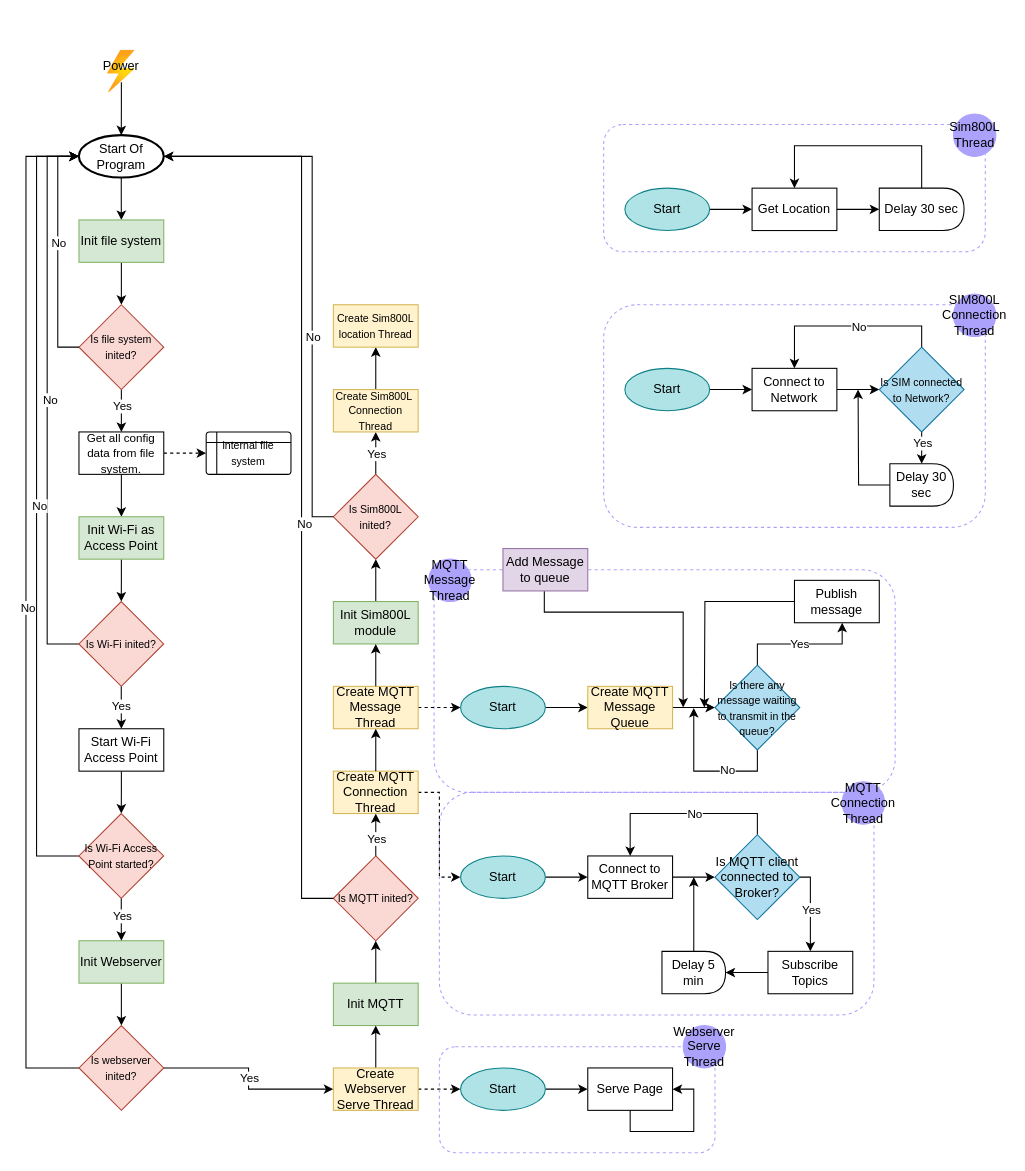
Before: embedded_app/docs/car_trackin_embedded.drawio in Mona-Roza/car_tracking, a draw.io diagram. Source tidied: cells renumbered, new cells numbered last; positions are measured from the earlier drawing's top-left corner, leaving out a move shared by most shapes. Both pictures are drawn from the tidied source at 106%, with x=0, y=0 at pixel (25, 50).
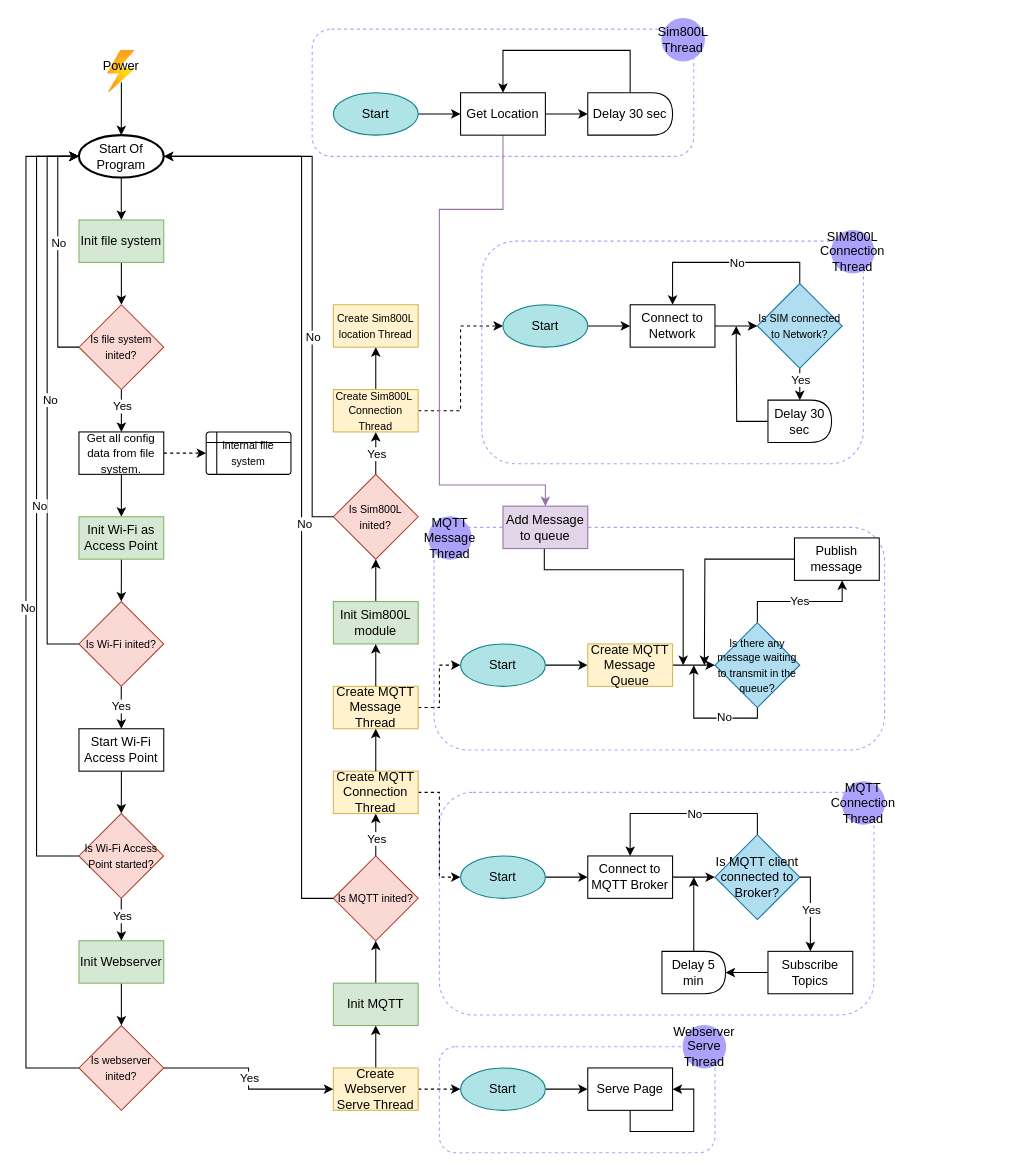
The same page after the edit.

Unchanged cells that the change refers to:
```xml
<mxCell id="72" value="&lt;font style=&quot;font-size: 10px;&quot;&gt;Create Sim800L&amp;nbsp; Connection Thread&lt;/font&gt;" style="rounded=0;whiteSpace=wrap;html=1;fillColor=#fff2cc;strokeColor=#d6b656;" parent="1" vertex="1">
  <mxGeometry x="290" y="320" width="80" height="40" as="geometry" />
</mxCell>
```

Diff of the diagram source:
```diff
@@
     <mxCell id="3" style="rounded=1;whiteSpace=wrap;html=1;fillColor=none;dashed=1;strokeColor=#ACA2FC;" parent="1" vertex="1">
-      <mxGeometry x="385" y="490" width="435" height="210" as="geometry" />
+      <mxGeometry x="385" y="450" width="425" height="210" as="geometry" />
     </mxCell>
@@
     <mxCell id="33" style="rounded=1;whiteSpace=wrap;html=1;dashed=1;fillColor=none;strokeColor=#ACA2FC;" parent="1" vertex="1">
-      <mxGeometry x="545" y="70" width="360" height="120" as="geometry" />
+      <mxGeometry x="270" y="-20" width="360" height="120" as="geometry" />
     </mxCell>
@@
     <mxCell id="57" value="Yes" style="edgeStyle=orthogonalEdgeStyle;rounded=0;jettySize=auto;html=1;exitX=0.5;exitY=0;exitDx=0;exitDy=0;" parent="1" edge="1" source="60" target="62">
       <mxGeometry relative="1" as="geometry">
         <Array as="points">
-          <mxPoint x="690" y="560" />
-          <mxPoint x="770" y="560" />
+          <mxPoint x="690" y="520" />
+          <mxPoint x="770" y="520" />
         </Array>
       </mxGeometry>
     </mxCell>
     <mxCell id="58" style="edgeStyle=orthogonalEdgeStyle;rounded=0;jettySize=auto;html=1;exitX=0.5;exitY=1;exitDx=0;exitDy=0;" parent="1" edge="1" source="60">
       <mxGeometry relative="1" as="geometry">
-        <mxPoint x="630" y="620" as="targetPoint" />
+        <mxPoint x="630" y="580" as="targetPoint" />
+        <Array as="points">
+          <mxPoint x="690" y="630" />
+          <mxPoint x="630" y="630" />
+        </Array>
       </mxGeometry>
     </mxCell>
@@
     <mxCell id="60" value="&lt;font style=&quot;font-size: 10px;&quot;&gt;Is there any message waiting to transmit in the queue?&lt;/font&gt;" style="rhombus;whiteSpace=wrap;html=1;fillColor=#b1ddf0;strokeColor=#10739e;" parent="1" vertex="1">
-      <mxGeometry x="650" y="580" width="80" height="80" as="geometry" />
+      <mxGeometry x="650" y="540" width="80" height="80" as="geometry" />
     </mxCell>
     <mxCell id="61" style="edgeStyle=orthogonalEdgeStyle;rounded=0;jettySize=auto;html=1;exitX=0;exitY=0.5;exitDx=0;exitDy=0;" parent="1" edge="1" source="62">
       <mxGeometry relative="1" as="geometry">
-        <mxPoint x="640" y="620" as="targetPoint" />
+        <mxPoint x="640" y="580" as="targetPoint" />
       </mxGeometry>
     </mxCell>
     <mxCell id="62" value="Publish message" style="rounded=0;whiteSpace=wrap;html=1;" parent="1" vertex="1">
-      <mxGeometry x="725" y="500" width="80" height="40" as="geometry" />
+      <mxGeometry x="725" y="460" width="80" height="40" as="geometry" />
     </mxCell>
     <mxCell id="63" value="MQTT Message Thread" style="ellipse;whiteSpace=wrap;html=1;fillColor=#ACA2FC;strokeColor=#ACA2FC;" parent="1" vertex="1">
-      <mxGeometry x="380" y="480" width="40" height="40" as="geometry" />
+      <mxGeometry x="380" y="440" width="40" height="40" as="geometry" />
     </mxCell>
@@
     <mxCell id="69" value="Start" style="ellipse;whiteSpace=wrap;html=1;fillColor=#b0e3e6;strokeColor=#0e8088;" parent="1" vertex="1">
-      <mxGeometry x="410" y="600" width="80" height="40" as="geometry" />
+      <mxGeometry x="410" y="560" width="80" height="40" as="geometry" />
     </mxCell>
     <mxCell id="70" value="Sim800L Thread" style="ellipse;whiteSpace=wrap;html=1;fillColor=#ACA2FC;strokeColor=#ACA2FC;" parent="1" vertex="1">
-      <mxGeometry x="875" y="60" width="40" height="40" as="geometry" />
+      <mxGeometry x="600" y="-30" width="40" height="40" as="geometry" />
     </mxCell>
@@
+    <mxCell id="121" style="edgeStyle=orthogonalEdgeStyle;rounded=0;jettySize=auto;html=1;entryX=0;entryY=0.5;entryDx=0;entryDy=0;dashed=1;" parent="1" edge="1" source="72" target="102">
+      <mxGeometry relative="1" as="geometry" />
+    </mxCell>
@@
     <mxCell id="74" value="Start" style="ellipse;whiteSpace=wrap;html=1;fillColor=#b0e3e6;strokeColor=#0e8088;" parent="1" vertex="1">
-      <mxGeometry x="565" y="130" width="80" height="40" as="geometry" />
+      <mxGeometry x="290" y="40" width="80" height="40" as="geometry" />
     </mxCell>
@@
     <mxCell id="80" value="Create MQTT Message Queue" style="rounded=0;whiteSpace=wrap;html=1;fillColor=#fff2cc;strokeColor=#d6b656;" parent="1" vertex="1">
-      <mxGeometry x="530" y="600" width="80" height="40" as="geometry" />
+      <mxGeometry x="530" y="560" width="80" height="40" as="geometry" />
     </mxCell>
     <mxCell id="81" style="edgeStyle=orthogonalEdgeStyle;rounded=0;orthogonalLoop=1;jettySize=auto;html=1;exitX=0.5;exitY=1;exitDx=0;exitDy=0;" parent="1" edge="1">
       <mxGeometry relative="1" as="geometry">
-        <mxPoint x="489" y="510" as="sourcePoint" />
-        <mxPoint x="620" y="620" as="targetPoint" />
+        <mxPoint x="489" y="470" as="sourcePoint" />
+        <mxPoint x="620" y="580" as="targetPoint" />
         <Array as="points">
-          <mxPoint x="489" y="530" />
-          <mxPoint x="620" y="530" />
-          <mxPoint x="620" y="620" />
+          <mxPoint x="489" y="490" />
+          <mxPoint x="620" y="490" />
+          <mxPoint x="620" y="580" />
         </Array>
       </mxGeometry>
     </mxCell>
     <mxCell id="82" value="Add Message to queue" style="rounded=0;whiteSpace=wrap;html=1;fillColor=#e1d5e7;strokeColor=#9673a6;" parent="1" vertex="1">
-      <mxGeometry x="450" y="470" width="80" height="40" as="geometry" />
+      <mxGeometry x="450" y="430" width="80" height="40" as="geometry" />
     </mxCell>
@@
+    <mxCell id="122" style="edgeStyle=orthogonalEdgeStyle;rounded=0;jettySize=auto;html=1;exitX=0.5;exitY=1;exitDx=0;exitDy=0;entryX=0.5;entryY=0;entryDx=0;entryDy=0;fillColor=#e1d5e7;strokeColor=#9673a6;" parent="1" edge="1" source="86" target="82">
+      <mxGeometry relative="1" as="geometry">
+        <Array as="points">
+          <mxPoint x="450" y="150" />
+          <mxPoint x="390" y="150" />
+          <mxPoint x="390" y="410" />
+          <mxPoint x="490" y="410" />
+        </Array>
+      </mxGeometry>
+    </mxCell>
     <mxCell id="86" value="Get Location" style="rounded=0;whiteSpace=wrap;html=1;" parent="1" vertex="1">
-      <mxGeometry x="685" y="130" width="80" height="40" as="geometry" />
+      <mxGeometry x="410" y="40" width="80" height="40" as="geometry" />
     </mxCell>
     <mxCell id="87" style="edgeStyle=orthogonalEdgeStyle;rounded=0;jettySize=auto;html=1;entryX=0.5;entryY=0;entryDx=0;entryDy=0;exitX=0.5;exitY=0;exitDx=0;exitDy=0;" parent="1" edge="1" source="88" target="86">
       <mxGeometry relative="1" as="geometry">
         <Array as="points">
-          <mxPoint x="845" y="90" />
-          <mxPoint x="725" y="90" />
+          <mxPoint x="570" />
+          <mxPoint x="450" />
         </Array>
       </mxGeometry>
     </mxCell>
     <mxCell id="88" value="Delay 30 sec" style="shape=delay;whiteSpace=wrap;html=1;" parent="1" vertex="1">
-      <mxGeometry x="805" y="130" width="80" height="40" as="geometry" />
+      <mxGeometry x="530" y="40" width="80" height="40" as="geometry" />
     </mxCell>
@@
     <mxCell id="90" style="rounded=1;whiteSpace=wrap;html=1;fillColor=none;dashed=1;strokeColor=#ACA2FC;" parent="1" vertex="1">
-      <mxGeometry x="545" y="240" width="360" height="210" as="geometry" />
+      <mxGeometry x="430" y="180" width="360" height="210" as="geometry" />
     </mxCell>
@@
     <mxCell id="92" value="Connect to Network" style="rounded=0;whiteSpace=wrap;html=1;" parent="1" vertex="1">
-      <mxGeometry x="685" y="300" width="80" height="40" as="geometry" />
+      <mxGeometry x="570" y="240" width="80" height="40" as="geometry" />
     </mxCell>
@@
     <mxCell id="97" value="&lt;font style=&quot;font-size: 10px;&quot;&gt;Is SIM connected to Network?&lt;/font&gt;" style="rhombus;whiteSpace=wrap;html=1;fillColor=#b1ddf0;strokeColor=#10739e;" parent="1" vertex="1">
-      <mxGeometry x="805" y="280" width="80" height="80" as="geometry" />
+      <mxGeometry x="690" y="220" width="80" height="80" as="geometry" />
     </mxCell>
     <mxCell id="98" style="edgeStyle=orthogonalEdgeStyle;rounded=0;jettySize=auto;html=1;" parent="1" edge="1" source="99">
       <mxGeometry relative="1" as="geometry">
-        <mxPoint x="785" y="320" as="targetPoint" />
+        <mxPoint x="670" y="260" as="targetPoint" />
       </mxGeometry>
     </mxCell>
     <mxCell id="99" value="Delay 30 sec" style="shape=delay;whiteSpace=wrap;html=1;" parent="1" vertex="1">
-      <mxGeometry x="815" y="390" width="60" height="40" as="geometry" />
+      <mxGeometry x="700" y="330" width="60" height="40" as="geometry" />
     </mxCell>
     <mxCell id="100" value="SIM800L Connection Thread" style="ellipse;whiteSpace=wrap;html=1;fillColor=#ACA2FC;strokeColor=#ACA2FC;" parent="1" vertex="1">
-      <mxGeometry x="875" y="230" width="40" height="40" as="geometry" />
+      <mxGeometry x="760" y="170" width="40" height="40" as="geometry" />
     </mxCell>
@@
     <mxCell id="102" value="Start" style="ellipse;whiteSpace=wrap;html=1;fillColor=#b0e3e6;strokeColor=#0e8088;" parent="1" vertex="1">
-      <mxGeometry x="565" y="300" width="80" height="40" as="geometry" />
+      <mxGeometry x="450" y="240" width="80" height="40" as="geometry" />
     </mxCell>
```
